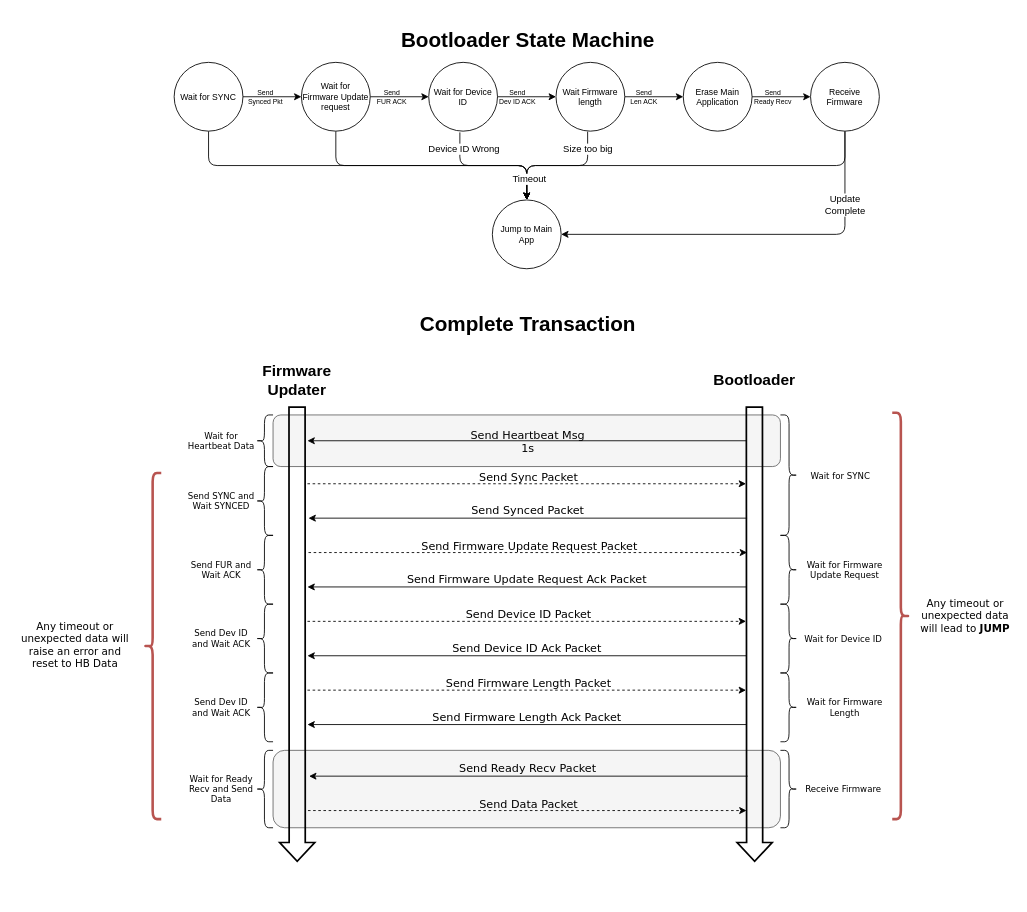
The draw.io diagram page "Page-4" (4 of 4) of bootloader/bootloader mechanics.drawio in pipipipi2002/pmb_stm32, before the edit. Source tidied: cells renumbered, new cells numbered last; positions are measured from the earlier drawing's top-left corner, leaving out a move shared by most shapes. Both pictures are drawn from the tidied source at 86%, with x=0, y=0 at pixel (15, 28).
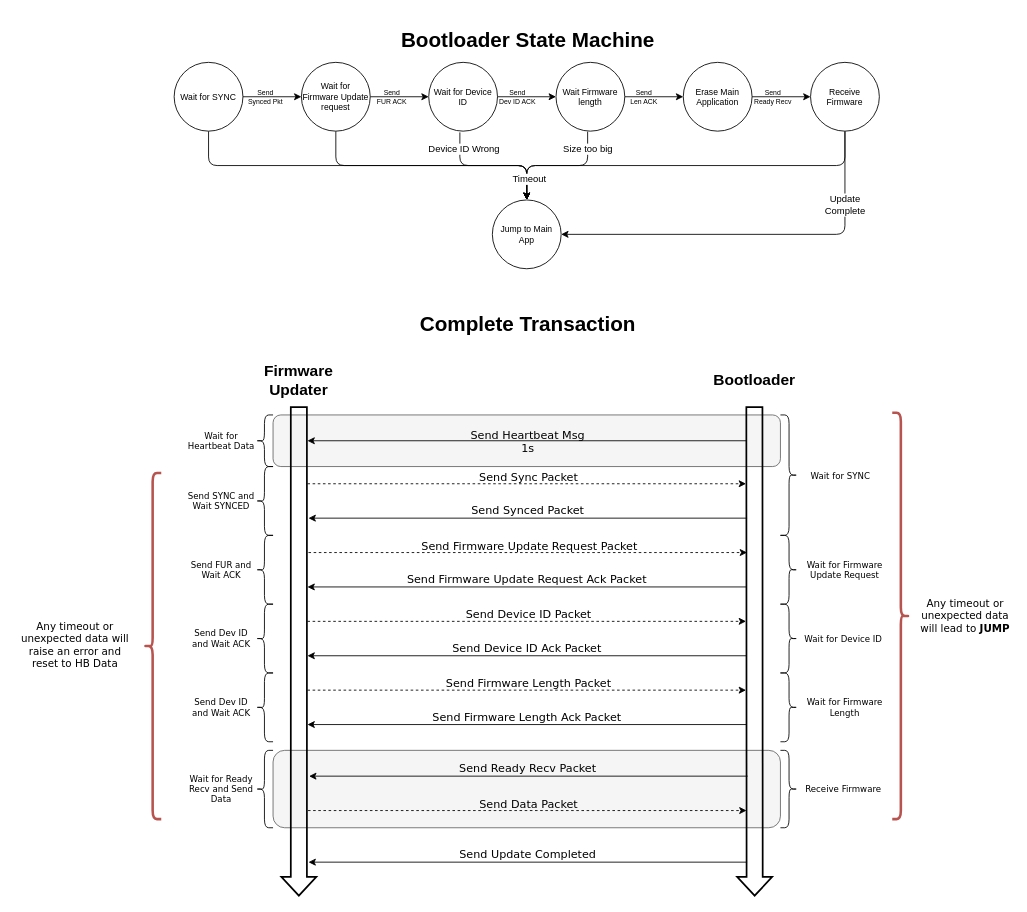
The same diagram, later.

Commit message (it also covers changes not shown here):
Bootloader state machine implemented

Change to the diagram source:
```diff
@@
     <mxCell id="4" style="shape=flexArrow;endArrow=classic;html=1;rounded=0;strokeWidth=2;width=17.714285714285715;endSize=6.617142857142857;" parent="1" edge="1">
       <mxGeometry relative="1" as="geometry">
         <mxPoint x="859.7" y="440" as="sourcePoint" />
-        <mxPoint x="860" y="970" as="targetPoint" />
+        <mxPoint x="860" y="1010" as="targetPoint" />
       </mxGeometry>
     </mxCell>
@@
     <mxCell id="32" style="shape=flexArrow;endArrow=classic;html=1;rounded=0;strokeWidth=2;width=17.714285714285715;endSize=6.617142857142857;" parent="1" edge="1">
       <mxGeometry relative="1" as="geometry">
-        <mxPoint x="327.9" y="440" as="sourcePoint" />
-        <mxPoint x="328.1" y="970" as="targetPoint" />
+        <mxPoint x="330" y="440" as="sourcePoint" />
+        <mxPoint x="330" y="1010" as="targetPoint" />
       </mxGeometry>
     </mxCell>
     <mxCell id="33" value="&lt;h2&gt;Firmware &lt;br&gt;Updater&lt;/h2&gt;" style="text;html=1;strokeColor=none;fillColor=none;align=center;verticalAlign=middle;whiteSpace=wrap;rounded=0;" parent="1" vertex="1">
-      <mxGeometry x="268" y="390" width="120" height="40" as="geometry" />
+      <mxGeometry x="270" y="390" width="120" height="40" as="geometry" />
     </mxCell>
@@
+    <mxCell id="84" style="endArrow=classic;html=1;rounded=0;" parent="1" edge="1">
+      <mxGeometry relative="1" as="geometry">
+        <mxPoint x="851.2" y="970" as="sourcePoint" />
+        <mxPoint x="341.2" y="970" as="targetPoint" />
+      </mxGeometry>
+    </mxCell>
+    <mxCell id="85" value="Send Update Completed" style="edgeLabel;html=1;align=center;verticalAlign=middle;fontSize=13;fontFamily=Verdana;labelBackgroundColor=none;" parent="84" vertex="1">
+      <mxGeometry x="0.02" y="1" relative="1" as="geometry">
+        <mxPoint x="4" y="-11" as="offset" />
+      </mxGeometry>
+    </mxCell>
```
